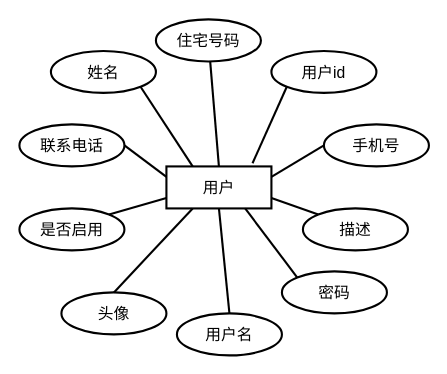
srcrs/draw-static keeps this draw.io diagram as 毕业论文-用户ER图.drawio. Above is the earlier version. Source tidied: cells renumbered, new cells numbered last; positions are measured from the earlier drawing's top-left corner, leaving out a move shared by most shapes. Both pictures are drawn from the tidied source at 105%, with x=0, y=0 at pixel (19, 19).
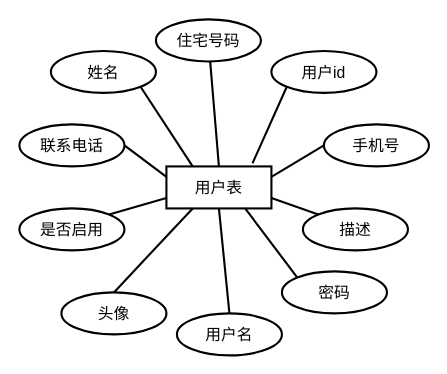
After the change.

Commit message:
更新毕业论文-用户ER图.drawio

What changed in the source:
```diff
@@
-    <mxCell id="2" value="用户" style="whiteSpace=wrap;html=1;align=center;strokeWidth=2;fontSize=15;" parent="1" vertex="1">
+    <mxCell id="2" value="用户表" style="whiteSpace=wrap;html=1;align=center;strokeWidth=2;fontSize=15;" parent="1" vertex="1">
       <mxGeometry x="140" y="140" width="100" height="40" as="geometry" />
     </mxCell>
```
